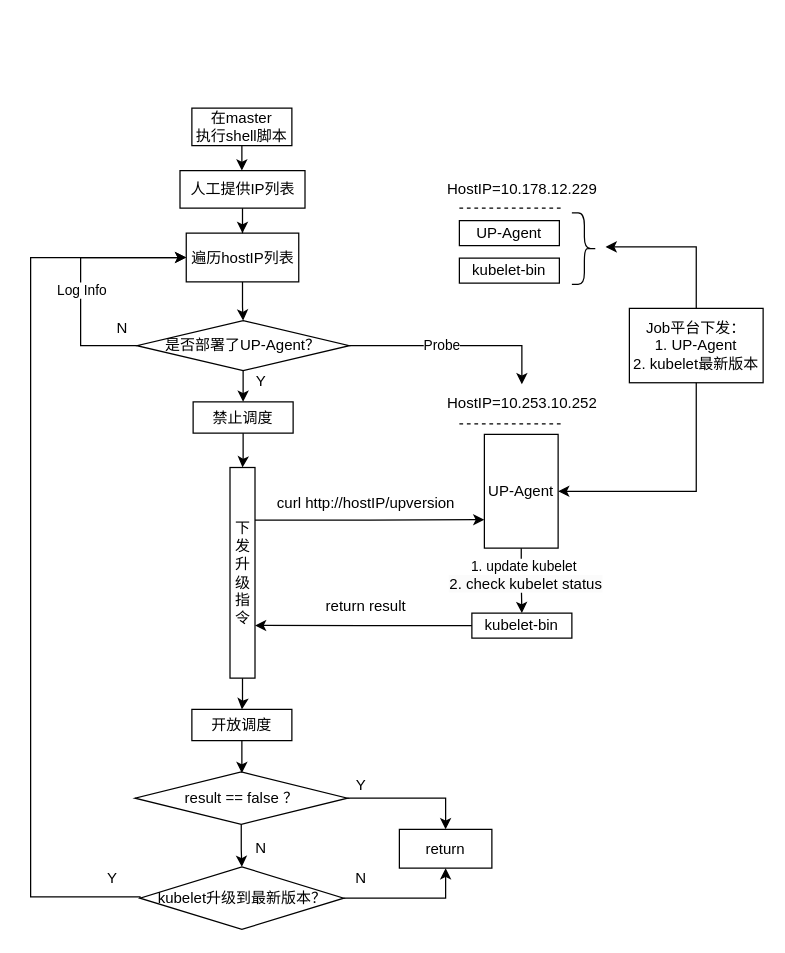
The draw.io diagram 未命名绘图.drawio in cityofwang/beats, before the edit. Source tidied: cells renumbered, new cells numbered last; positions are measured from the earlier drawing's top-left corner, leaving out a move shared by most shapes. Both pictures are drawn from the tidied source at 125%, with x=0, y=0 at pixel (30, 108).
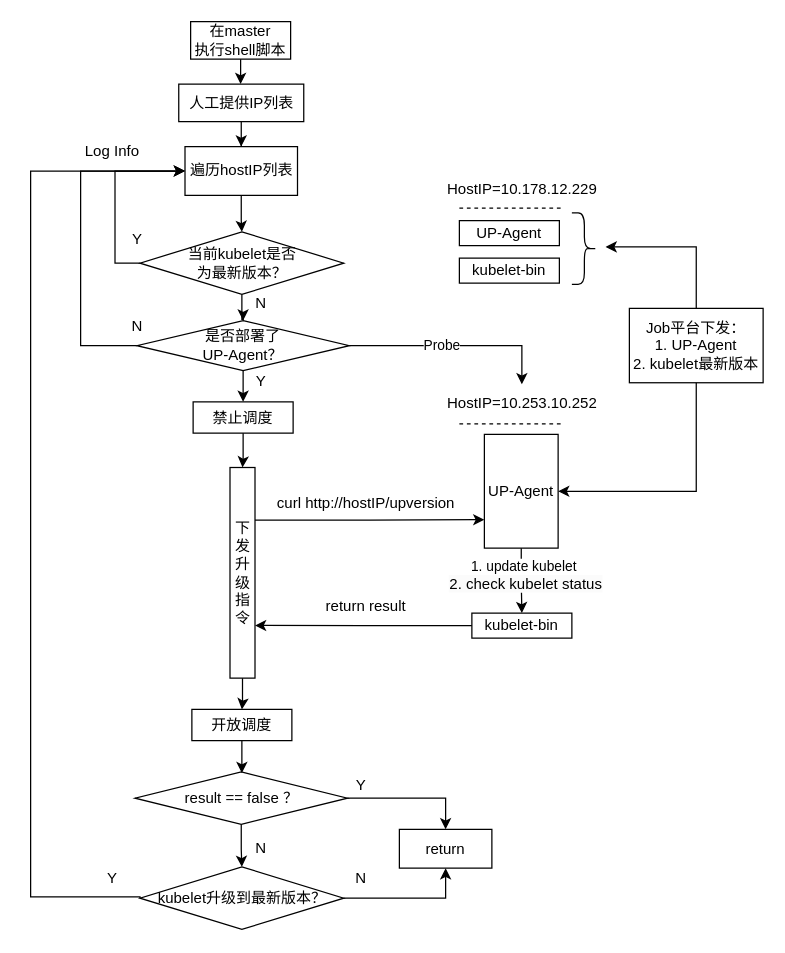
The same diagram, later.

Commit message:
更新未命名绘图.drawio

Unchanged cells that the change refers to:
```xml
<mxCell id="27" value="kubelet升级到最新版本？" style="rhombus;whiteSpace=wrap;html=1;fillColor=none;" parent="1" vertex="1">
  <mxGeometry x="87.5" y="607" width="163" height="50" as="geometry" />
</mxCell>
```

Change to the diagram source:
```diff
@@
     <mxCell id="13" value="在master&lt;br&gt;执行shell脚本" style="rounded=0;whiteSpace=wrap;html=1;fillColor=none;" parent="1" vertex="1">
-      <mxGeometry x="129" width="80" height="30" as="geometry" />
+      <mxGeometry x="128" y="-69.2" width="80" height="30" as="geometry" />
     </mxCell>
-    <mxCell id="14" style="edgeStyle=orthogonalEdgeStyle;rounded=0;jettySize=auto;html=1;" parent="1" edge="1" source="15" target="47">
-      <mxGeometry relative="1" as="geometry" />
-    </mxCell>
+    <mxCell id="51" style="edgeStyle=orthogonalEdgeStyle;rounded=0;jettySize=auto;html=1;" parent="1" edge="1" source="15" target="54">
+      <mxGeometry relative="1" as="geometry" />
+    </mxCell>
     <mxCell id="15" value="遍历hostIP列表" style="rounded=0;whiteSpace=wrap;html=1;fillColor=none;" parent="1" vertex="1">
-      <mxGeometry x="124.5" y="100" width="90" height="39" as="geometry" />
+      <mxGeometry x="123.5" y="30.8" width="90" height="39" as="geometry" />
     </mxCell>
@@
     <mxCell id="25" style="edgeStyle=orthogonalEdgeStyle;rounded=0;jettySize=auto;html=1;entryX=0;entryY=0.5;entryDx=0;entryDy=0;exitX=0;exitY=0.5;exitDx=0;exitDy=0;" parent="1" edge="1" source="27" target="15">
       <mxGeometry relative="1" as="geometry">
         <Array as="points">
           <mxPoint x="88" y="631" />
           <mxPoint y="631" />
-          <mxPoint y="120" />
+          <mxPoint y="50" />
         </Array>
       </mxGeometry>
     </mxCell>
@@
     <mxCell id="29" value="N" style="text;html=1;align=center;verticalAlign=middle;strokeColor=none;fillColor=none;" parent="1" vertex="1">
-      <mxGeometry x="57.5" y="161" width="30" height="30" as="geometry" />
+      <mxGeometry x="70" y="160.2" width="30" height="30" as="geometry" />
     </mxCell>
     <mxCell id="30" style="edgeStyle=orthogonalEdgeStyle;rounded=0;jettySize=auto;html=1;entryX=0;entryY=0.5;entryDx=0;entryDy=0;exitX=0;exitY=0.5;exitDx=0;exitDy=0;" parent="1" edge="1" source="47" target="15">
       <mxGeometry relative="1" as="geometry">
         <Array as="points">
           <mxPoint x="40" y="190" />
-          <mxPoint x="40" y="120" />
+          <mxPoint x="40" y="50" />
         </Array>
       </mxGeometry>
     </mxCell>
-    <mxCell id="31" value="Log Info" style="edgeLabel;html=1;align=center;verticalAlign=middle;" parent="30" vertex="1">
-      <mxGeometry x="-0.1" relative="1" as="geometry" />
-    </mxCell>
@@
     <mxCell id="35" value="人工提供IP列表" style="rounded=0;whiteSpace=wrap;html=1;fillColor=none;" parent="1" vertex="1">
-      <mxGeometry x="119.5" y="50" width="100" height="30" as="geometry" />
+      <mxGeometry x="118.5" y="-19.2" width="100" height="30" as="geometry" />
     </mxCell>
@@
-    <mxCell id="47" value="是否部署了UP-Agent？" style="rhombus;whiteSpace=wrap;html=1;fillColor=none;" parent="1" vertex="1">
+    <mxCell id="47" value="是否部署了&lt;br&gt;UP-Agent？" style="rhombus;whiteSpace=wrap;html=1;fillColor=none;" parent="1" vertex="1">
       <mxGeometry x="85" y="170" width="170" height="40" as="geometry" />
     </mxCell>
@@
+    <mxCell id="52" style="edgeStyle=orthogonalEdgeStyle;rounded=0;jettySize=auto;html=1;entryX=0.5;entryY=0;entryDx=0;entryDy=0;" parent="1" edge="1" source="54" target="47">
+      <mxGeometry relative="1" as="geometry" />
+    </mxCell>
+    <mxCell id="53" style="edgeStyle=orthogonalEdgeStyle;rounded=0;jettySize=auto;html=1;entryX=0;entryY=0.5;entryDx=0;entryDy=0;exitX=0;exitY=0.5;exitDx=0;exitDy=0;" parent="1" edge="1" source="54" target="15">
+      <mxGeometry relative="1" as="geometry" />
+    </mxCell>
+    <mxCell id="54" value="当前kubelet是否&lt;br&gt;为最新版本？" style="rhombus;whiteSpace=wrap;html=1;fillColor=none;" parent="1" vertex="1">
+      <mxGeometry x="87.5" y="99" width="163" height="50" as="geometry" />
+    </mxCell>
+    <mxCell id="55" value="Y" style="text;html=1;align=center;verticalAlign=middle;strokeColor=none;fillColor=none;" parent="1" vertex="1">
+      <mxGeometry x="70" y="90" width="30" height="30" as="geometry" />
+    </mxCell>
+    <mxCell id="56" value="N" style="text;html=1;align=center;verticalAlign=middle;strokeColor=none;fillColor=none;" parent="1" vertex="1">
+      <mxGeometry x="169" y="141" width="30" height="30" as="geometry" />
+    </mxCell>
+    <mxCell id="31" value="Log Info" style="text;html=1;align=center;verticalAlign=middle;strokeColor=none;fillColor=none;" parent="1" vertex="1">
+      <mxGeometry x="30" y="20" width="70" height="30" as="geometry" />
+    </mxCell>
```
